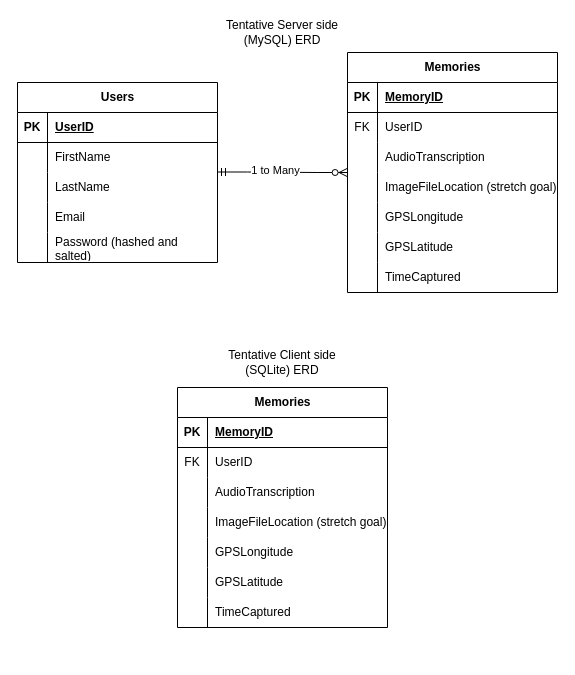
This is docs/database/ERDs.drawio from Encore-sd/Encore, a draw.io file, before an edit. Source tidied: cells renumbered, new cells numbered last; positions are measured from the earlier drawing's top-left corner, leaving out a move shared by most shapes. Both pictures are drawn from the tidied source at 100%, with x=0, y=0 at pixel (17, 17).
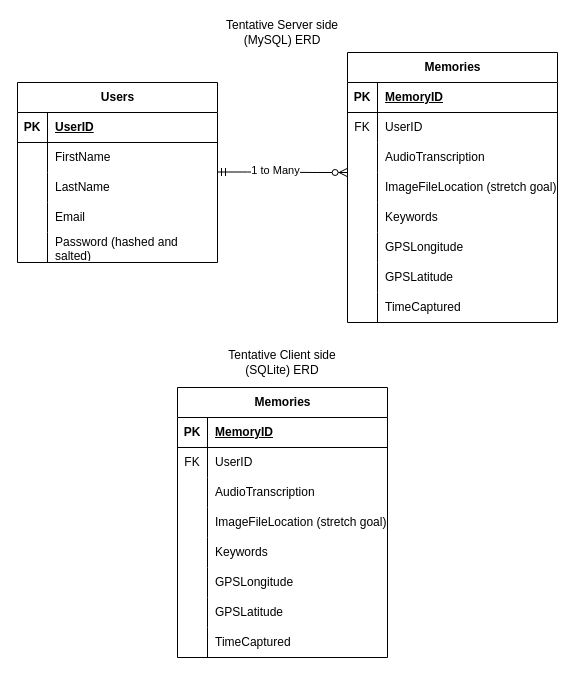
The same page after the edit.

Commit message (it also covers changes not shown here):
docs(ERDs): Updated database ERDs

Diff of the diagram source:
```diff
@@
     <mxCell id="18" value="Memories" style="shape=table;startSize=30;childLayout=tableLayout;rowLines=0;fontStyle=1;align=center;html=1;" parent="1" vertex="1">
-      <mxGeometry x="330" y="35" width="210" height="240" as="geometry" />
+      <mxGeometry x="330" y="35" width="210" height="270" as="geometry" />
     </mxCell>
@@
+    <mxCell id="66" style="shape=tableRow;horizontal=0;startSize=0;swimlaneHead=0;swimlaneBody=0;fillColor=none;top=0;left=0;right=0;bottom=0;" parent="18" vertex="1">
+      <mxGeometry y="150" width="210" height="30" as="geometry" />
+    </mxCell>
+    <mxCell id="67" style="shape=partialRectangle;fillColor=none;top=0;left=0;bottom=0;right=0;overflow=hidden;whiteSpace=wrap;html=1;" parent="66" vertex="1">
+      <mxGeometry width="30" height="30" as="geometry" />
+    </mxCell>
+    <mxCell id="68" value="Keywords" style="shape=partialRectangle;fillColor=none;top=0;left=0;bottom=0;right=0;align=left;spacingLeft=6;overflow=hidden;whiteSpace=wrap;html=1;" parent="66" vertex="1">
+      <mxGeometry x="30" width="180" height="30" as="geometry" />
+    </mxCell>
     <mxCell id="31" style="shape=tableRow;horizontal=0;startSize=0;swimlaneHead=0;swimlaneBody=0;fillColor=none;top=0;left=0;right=0;bottom=0;" parent="18" vertex="1">
-      <mxGeometry y="150" width="210" height="30" as="geometry" />
+      <mxGeometry y="180" width="210" height="30" as="geometry" />
     </mxCell>
@@
     <mxCell id="34" style="shape=tableRow;horizontal=0;startSize=0;swimlaneHead=0;swimlaneBody=0;fillColor=none;top=0;left=0;right=0;bottom=0;" parent="18" vertex="1">
-      <mxGeometry y="180" width="210" height="30" as="geometry" />
+      <mxGeometry y="210" width="210" height="30" as="geometry" />
     </mxCell>
@@
     <mxCell id="37" style="shape=tableRow;horizontal=0;startSize=0;swimlaneHead=0;swimlaneBody=0;fillColor=none;top=0;left=0;right=0;bottom=0;" parent="18" vertex="1">
-      <mxGeometry y="210" width="210" height="30" as="geometry" />
+      <mxGeometry y="240" width="210" height="30" as="geometry" />
     </mxCell>
@@
     <mxCell id="44" value="Memories" style="shape=table;startSize=30;childLayout=tableLayout;rowLines=0;fontStyle=1;align=center;html=1;" parent="1" vertex="1">
-      <mxGeometry x="160" y="370" width="210" height="240" as="geometry" />
+      <mxGeometry x="160" y="370" width="210" height="270" as="geometry" />
     </mxCell>
@@
+    <mxCell id="69" style="shape=tableRow;horizontal=0;startSize=0;swimlaneHead=0;swimlaneBody=0;fillColor=none;top=0;left=0;right=0;bottom=0;" parent="44" vertex="1">
+      <mxGeometry y="150" width="210" height="30" as="geometry" />
+    </mxCell>
+    <mxCell id="70" style="shape=partialRectangle;fillColor=none;top=0;left=0;bottom=0;right=0;overflow=hidden;whiteSpace=wrap;html=1;" parent="69" vertex="1">
+      <mxGeometry width="30" height="30" as="geometry" />
+    </mxCell>
+    <mxCell id="71" value="Keywords" style="shape=partialRectangle;fillColor=none;top=0;left=0;bottom=0;right=0;align=left;spacingLeft=6;overflow=hidden;whiteSpace=wrap;html=1;" parent="69" vertex="1">
+      <mxGeometry x="30" width="180" height="30" as="geometry" />
+    </mxCell>
     <mxCell id="57" style="shape=tableRow;horizontal=0;startSize=0;swimlaneHead=0;swimlaneBody=0;fillColor=none;top=0;left=0;right=0;bottom=0;" parent="44" vertex="1">
-      <mxGeometry y="150" width="210" height="30" as="geometry" />
+      <mxGeometry y="180" width="210" height="30" as="geometry" />
     </mxCell>
@@
     <mxCell id="60" style="shape=tableRow;horizontal=0;startSize=0;swimlaneHead=0;swimlaneBody=0;fillColor=none;top=0;left=0;right=0;bottom=0;" parent="44" vertex="1">
-      <mxGeometry y="180" width="210" height="30" as="geometry" />
+      <mxGeometry y="210" width="210" height="30" as="geometry" />
     </mxCell>
@@
     <mxCell id="63" style="shape=tableRow;horizontal=0;startSize=0;swimlaneHead=0;swimlaneBody=0;fillColor=none;top=0;left=0;right=0;bottom=0;" parent="44" vertex="1">
-      <mxGeometry y="210" width="210" height="30" as="geometry" />
+      <mxGeometry y="240" width="210" height="30" as="geometry" />
     </mxCell>
```
